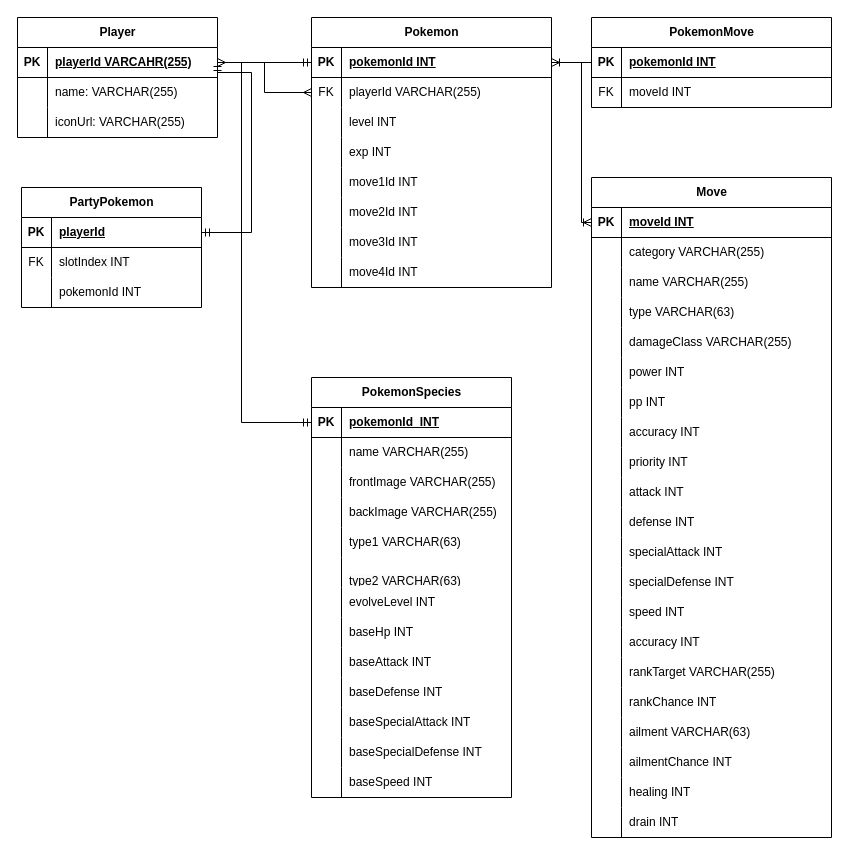
Earlier version of the draw.io diagram docs/UML/ER図.drawio (ayumu203/poke-clone-v3). Source tidied: cells renumbered, new cells numbered last; positions are measured from the earlier drawing's top-left corner, leaving out a move shared by most shapes. Both pictures are drawn from the tidied source at 100%, with x=0, y=0 at pixel (17, 17).
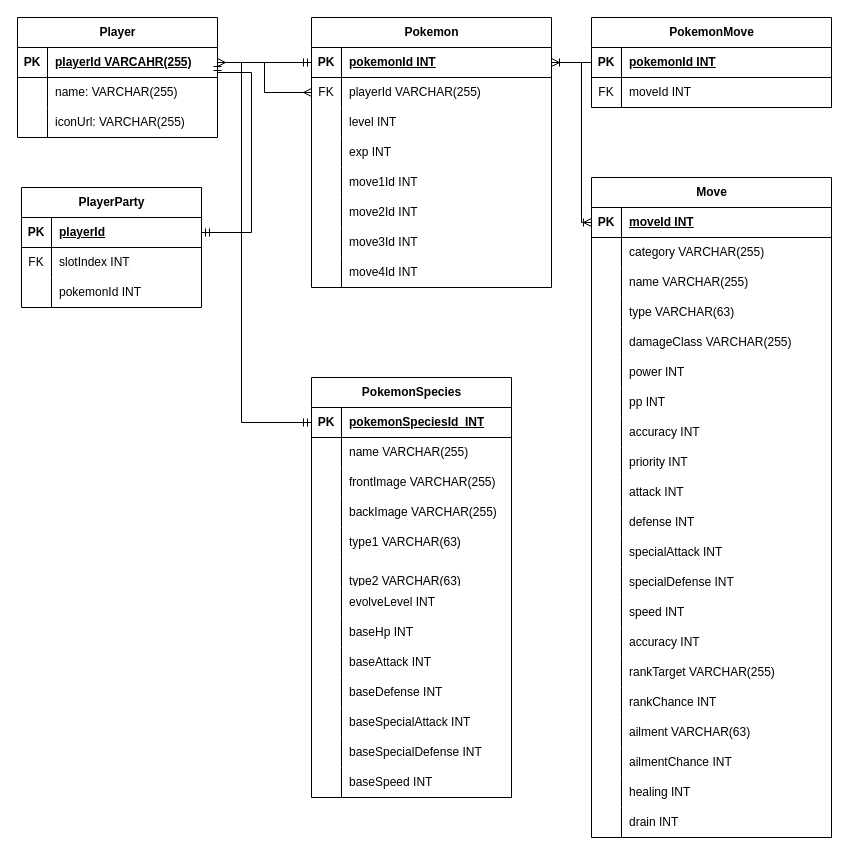
Above is the later version.

Commit message (it also covers changes not shown here):
docs:ER図を詳細設計に添付

Unchanged cells that the change refers to:
```xml
<mxCell id="13" style="shape=tableRow;horizontal=0;startSize=0;swimlaneHead=0;swimlaneBody=0;fillColor=none;points=[[0,0.5],[1,0.5]];portConstraint=eastwest;top=0;left=0;right=0;bottom=1;" parent="12" vertex="1">
  <mxGeometry y="30" width="200" height="30" as="geometry" />
</mxCell>
```

Change to the diagram source:
```diff
@@
-    <mxCell id="15" value="pokemonId&amp;nbsp; INT" style="shape=partialRectangle;fillColor=none;top=0;left=0;bottom=0;right=0;align=left;spacingLeft=6;fontStyle=5;overflow=hidden;whiteSpace=wrap;html=1;" parent="13" vertex="1">
+    <mxCell id="15" value="pokemonSpeciesId&amp;nbsp; INT" style="shape=partialRectangle;fillColor=none;top=0;left=0;bottom=0;right=0;align=left;spacingLeft=6;fontStyle=5;overflow=hidden;whiteSpace=wrap;html=1;" parent="13" vertex="1">
       <mxGeometry x="30" width="170" height="30" as="geometry" />
     </mxCell>
@@
-    <mxCell id="152" value="PartyPokemon" style="shape=table;startSize=30;childLayout=tableLayout;rowLines=0;fontStyle=1;align=center;html=1;" parent="1" vertex="1">
+    <mxCell id="152" value="PlayerParty" style="shape=table;startSize=30;childLayout=tableLayout;rowLines=0;fontStyle=1;align=center;html=1;" parent="1" vertex="1">
       <mxGeometry x="4" y="170" width="180" height="120" as="geometry" />
     </mxCell>
```
